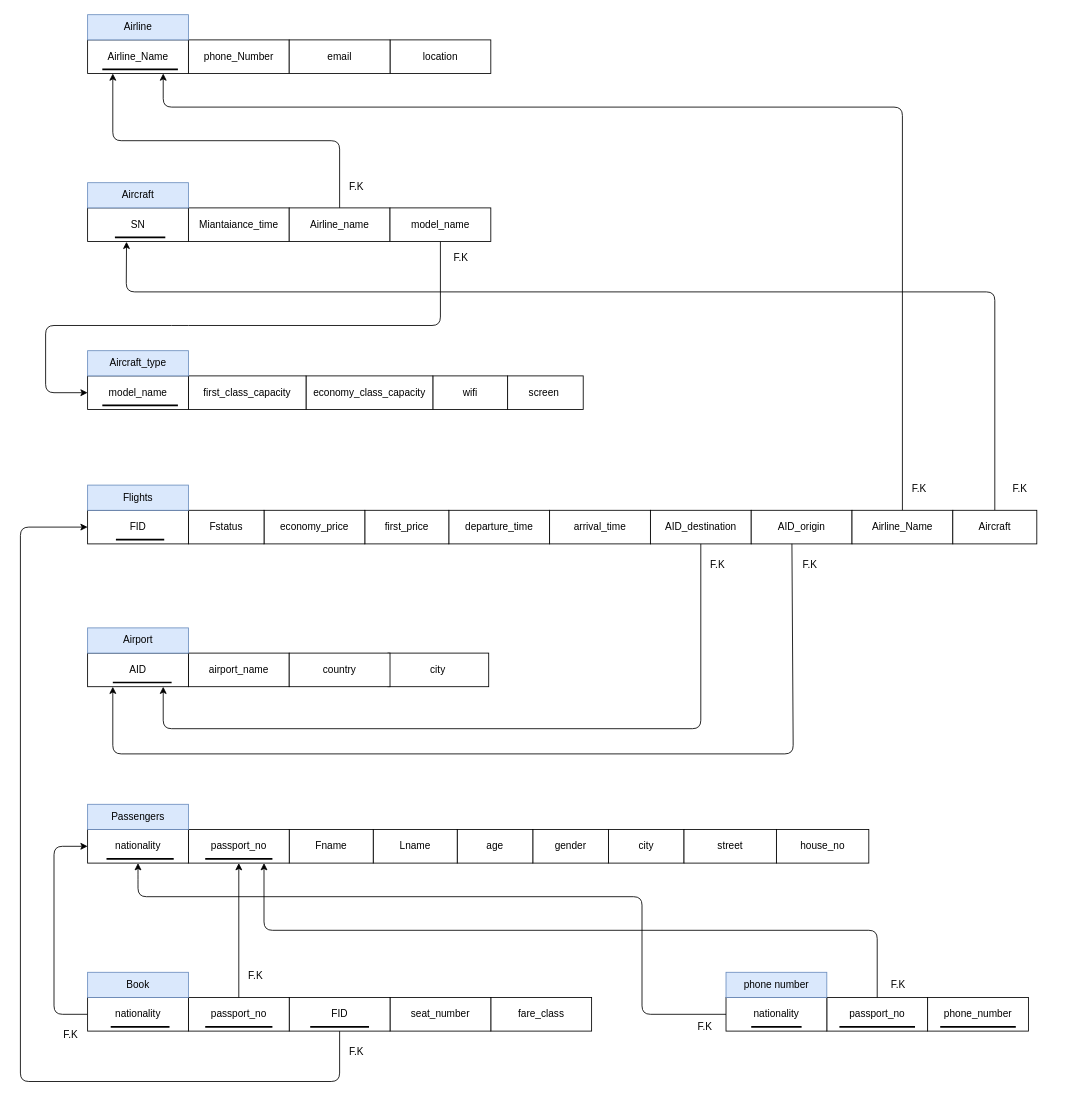
Above: page "Relational-shcema" (2 of 15) of Airport-DBMS.drawio in AbdullahKhkmba/Airport-DBMS (draw.io), before the change. Source tidied: cells renumbered, new cells numbered last; positions are measured from the earlier drawing's top-left corner, leaving out a move shared by most shapes. Both pictures are drawn from the tidied source at 84%, with x=0, y=0 at pixel (20, 14).
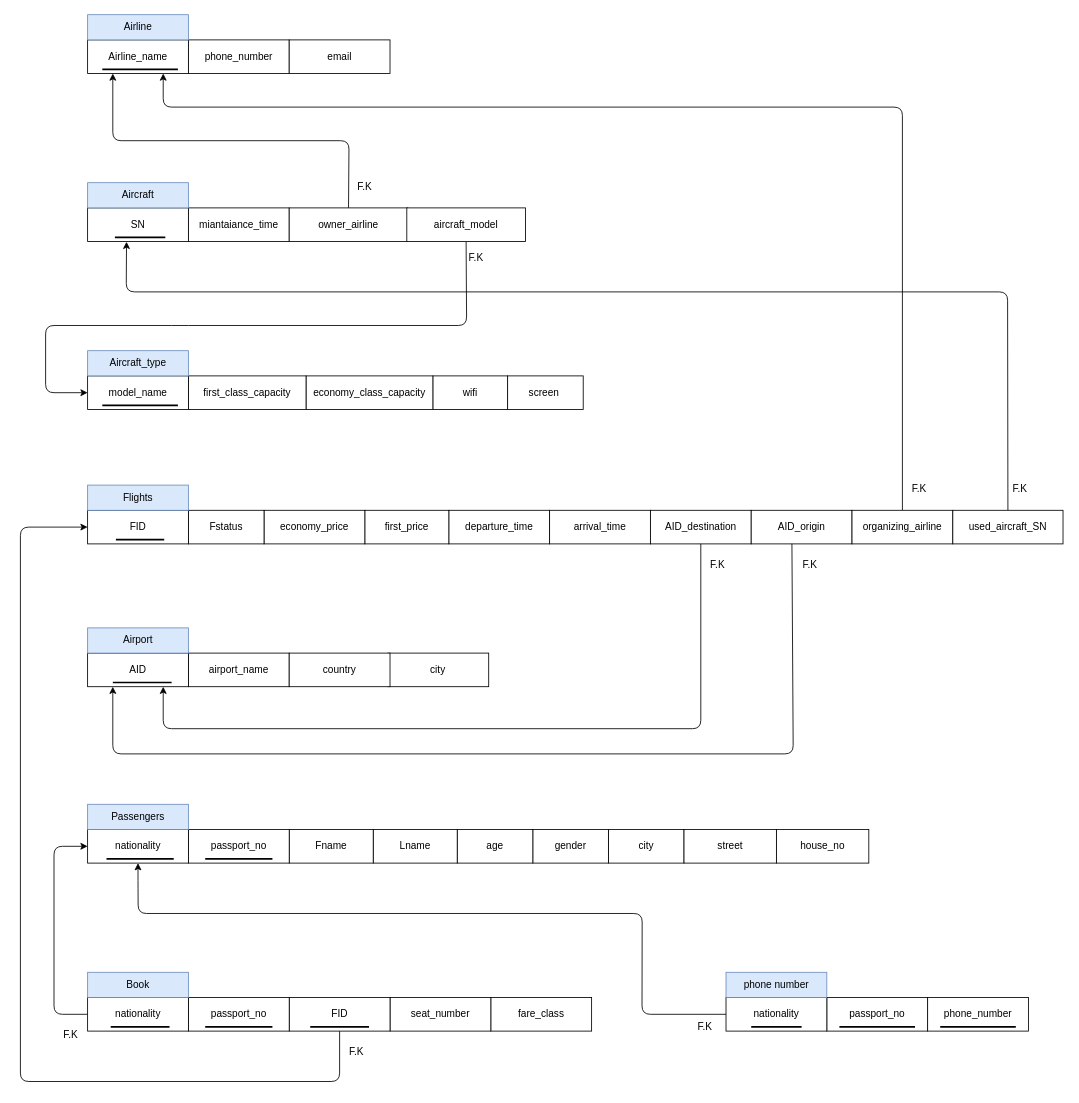
After the change.

The change refers to these unchanged cells:
```xml
<mxCell id="6" value="SN" style="rounded=0;whiteSpace=wrap;html=1;" parent="1" vertex="1">
  <mxGeometry x="79.8" y="230" width="120" height="40" as="geometry" />
</mxCell>
<mxCell id="13" value="model_name" style="rounded=0;whiteSpace=wrap;html=1;" parent="1" vertex="1">
  <mxGeometry x="79.8" y="430" width="120" height="40" as="geometry" />
</mxCell>
<mxCell id="32" value="passport_no" style="rounded=0;whiteSpace=wrap;html=1;" parent="1" vertex="1">
  <mxGeometry x="199.8" y="970" width="120" height="40" as="geometry" />
</mxCell>
<mxCell id="33" value="nationality" style="rounded=0;whiteSpace=wrap;html=1;" parent="1" vertex="1">
  <mxGeometry x="79.8" y="970" width="120" height="40" as="geometry" />
</mxCell>
<mxCell id="37" style="line;strokeWidth=2;html=1;" parent="1" vertex="1">
  <mxGeometry x="219.8" y="1000" width="80" height="10" as="geometry" />
</mxCell>
<mxCell id="39" value="passport_no" style="rounded=0;whiteSpace=wrap;html=1;" parent="1" vertex="1">
  <mxGeometry x="959.8" y="1170" width="120" height="40" as="geometry" />
</mxCell>
<mxCell id="41" value="nationality" style="rounded=0;whiteSpace=wrap;html=1;" parent="1" vertex="1">
  <mxGeometry x="839.8" y="1170" width="120" height="40" as="geometry" />
</mxCell>
<mxCell id="54" value="passport_no" style="rounded=0;whiteSpace=wrap;html=1;" parent="1" vertex="1">
  <mxGeometry x="199.8" y="1170" width="120" height="40" as="geometry" />
</mxCell>
```

Diff of the diagram source:
```diff
@@
-    <mxCell id="2" value="Airline_Name" style="rounded=0;whiteSpace=wrap;html=1;" parent="1" vertex="1">
+    <mxCell id="2" value="Airline_name" style="rounded=0;whiteSpace=wrap;html=1;" parent="1" vertex="1">
       <mxGeometry x="79.8" y="30" width="120" height="40" as="geometry" />
     </mxCell>
-    <mxCell id="3" value="phone_Number" style="rounded=0;whiteSpace=wrap;html=1;" parent="1" vertex="1">
+    <mxCell id="3" value="phone_number" style="rounded=0;whiteSpace=wrap;html=1;" parent="1" vertex="1">
       <mxGeometry x="199.8" y="30" width="120" height="40" as="geometry" />
     </mxCell>
-    <mxCell id="4" value="location" style="rounded=0;whiteSpace=wrap;html=1;" parent="1" vertex="1">
-      <mxGeometry x="439.8" y="30" width="120" height="40" as="geometry" />
-    </mxCell>
@@
-    <mxCell id="7" value="Miantaiance_time" style="rounded=0;whiteSpace=wrap;html=1;" parent="1" vertex="1">
+    <mxCell id="7" value="miantaiance_time" style="rounded=0;whiteSpace=wrap;html=1;" parent="1" vertex="1">
       <mxGeometry x="199.8" y="230" width="120" height="40" as="geometry" />
     </mxCell>
@@
     <mxCell id="40" style="edgeStyle=none;html=1;exitX=0;exitY=0.5;exitDx=0;exitDy=0;entryX=0.5;entryY=1;entryDx=0;entryDy=0;" parent="1" edge="1" source="41" target="33">
       <mxGeometry relative="1" as="geometry">
         <Array as="points">
           <mxPoint x="739.8" y="1190" />
-          <mxPoint x="739.8" y="1050" />
-          <mxPoint x="139.8" y="1050" />
+          <mxPoint x="740" y="1070" />
+          <mxPoint x="140" y="1070" />
           <mxPoint x="139.8" y="1030" />
         </Array>
       </mxGeometry>
     </mxCell>
@@
-    <mxCell id="63" value="Airline_Name" style="rounded=0;whiteSpace=wrap;html=1;" parent="1" vertex="1">
+    <mxCell id="63" value="organizing_airline" style="rounded=0;whiteSpace=wrap;html=1;" parent="1" vertex="1">
       <mxGeometry x="989.8" y="590" width="120" height="40" as="geometry" />
     </mxCell>
@@
     <mxCell id="65" style="edgeStyle=none;html=1;exitX=0.5;exitY=0;exitDx=0;exitDy=0;" parent="1" edge="1" source="66">
       <mxGeometry relative="1" as="geometry">
         <mxPoint x="109.8" y="70" as="targetPoint" />
         <Array as="points">
-          <mxPoint x="379.8" y="150" />
+          <mxPoint x="391" y="150" />
           <mxPoint x="109.8" y="150" />
         </Array>
       </mxGeometry>
     </mxCell>
-    <mxCell id="66" value="Airline_name" style="rounded=0;whiteSpace=wrap;html=1;" parent="1" vertex="1">
-      <mxGeometry x="319.8" y="230" width="120" height="40" as="geometry" />
+    <mxCell id="66" value="owner_airline" style="rounded=0;whiteSpace=wrap;html=1;" parent="1" vertex="1">
+      <mxGeometry x="319.8" y="230" width="141.2" height="40" as="geometry" />
     </mxCell>
     <mxCell id="67" value="F.K" style="text;html=1;strokeColor=none;fillColor=none;align=center;verticalAlign=middle;whiteSpace=wrap;rounded=0;" parent="1" vertex="1">
-      <mxGeometry x="369.8" y="190" width="60" height="30" as="geometry" />
+      <mxGeometry x="379.8" y="190" width="60" height="30" as="geometry" />
     </mxCell>
     <mxCell id="68" style="edgeStyle=none;html=1;exitX=0.5;exitY=0;exitDx=0;exitDy=0;entryX=0.386;entryY=1.008;entryDx=0;entryDy=0;entryPerimeter=0;" parent="1" edge="1" source="69" target="6">
       <mxGeometry relative="1" as="geometry">
         <Array as="points">
-          <mxPoint x="1159.8" y="330" />
+          <mxPoint x="1175" y="330" />
           <mxPoint x="125.8" y="330" />
         </Array>
       </mxGeometry>
     </mxCell>
-    <mxCell id="69" value="Aircraft" style="rounded=0;whiteSpace=wrap;html=1;" parent="1" vertex="1">
-      <mxGeometry x="1109.8" y="590" width="100" height="40" as="geometry" />
+    <mxCell id="69" value="used_aircraft_SN" style="rounded=0;whiteSpace=wrap;html=1;" parent="1" vertex="1">
+      <mxGeometry x="1109.8" y="590" width="131.2" height="40" as="geometry" />
     </mxCell>
@@
     <mxCell id="71" style="edgeStyle=none;html=1;exitX=0.5;exitY=1;exitDx=0;exitDy=0;entryX=0;entryY=0.5;entryDx=0;entryDy=0;" parent="1" edge="1" source="72" target="13">
       <mxGeometry relative="1" as="geometry">
         <Array as="points">
-          <mxPoint x="499.8" y="370" />
+          <mxPoint x="531" y="370" />
           <mxPoint x="189.8" y="370" />
           <mxPoint x="29.8" y="370" />
           <mxPoint x="29.8" y="450" />
         </Array>
       </mxGeometry>
     </mxCell>
-    <mxCell id="72" value="model_name" style="rounded=0;whiteSpace=wrap;html=1;" parent="1" vertex="1">
-      <mxGeometry x="439.8" y="230" width="120" height="40" as="geometry" />
+    <mxCell id="72" value="aircraft_model" style="rounded=0;whiteSpace=wrap;html=1;" parent="1" vertex="1">
+      <mxGeometry x="459.8" y="230" width="141.2" height="40" as="geometry" />
     </mxCell>
     <mxCell id="73" value="F.K" style="text;html=1;strokeColor=none;fillColor=none;align=center;verticalAlign=middle;whiteSpace=wrap;rounded=0;" parent="1" vertex="1">
-      <mxGeometry x="509.8" y="280" width="29" height="20" as="geometry" />
+      <mxGeometry x="528.3" y="280" width="29" height="20" as="geometry" />
     </mxCell>
@@
-    <mxCell id="84" style="endArrow=classic;html=1;rounded=0;exitX=0.5;exitY=0;exitDx=0;exitDy=0;" parent="1" edge="1" source="54" target="37">
-      <mxGeometry relative="1" as="geometry" />
-    </mxCell>
-    <mxCell id="85" value="F.K" style="text;html=1;strokeColor=none;fillColor=none;align=center;verticalAlign=middle;whiteSpace=wrap;rounded=0;" parent="1" vertex="1">
-      <mxGeometry x="249.8" y="1130" width="60" height="30" as="geometry" />
-    </mxCell>
@@
-    <mxCell id="87" style="endArrow=classic;html=1;rounded=1;exitX=0.5;exitY=0;exitDx=0;exitDy=0;entryX=0.75;entryY=1;entryDx=0;entryDy=0;curved=0;" parent="1" edge="1" source="39" target="32">
-      <mxGeometry relative="1" as="geometry">
-        <Array as="points">
-          <mxPoint x="1019.8" y="1090" />
-          <mxPoint x="289.8" y="1090" />
-        </Array>
-      </mxGeometry>
-    </mxCell>
-    <mxCell id="88" value="F.K" style="text;html=1;strokeColor=none;fillColor=none;align=center;verticalAlign=middle;whiteSpace=wrap;rounded=0;" parent="1" vertex="1">
-      <mxGeometry x="1014.8" y="1140" width="60" height="30" as="geometry" />
-    </mxCell>
```
